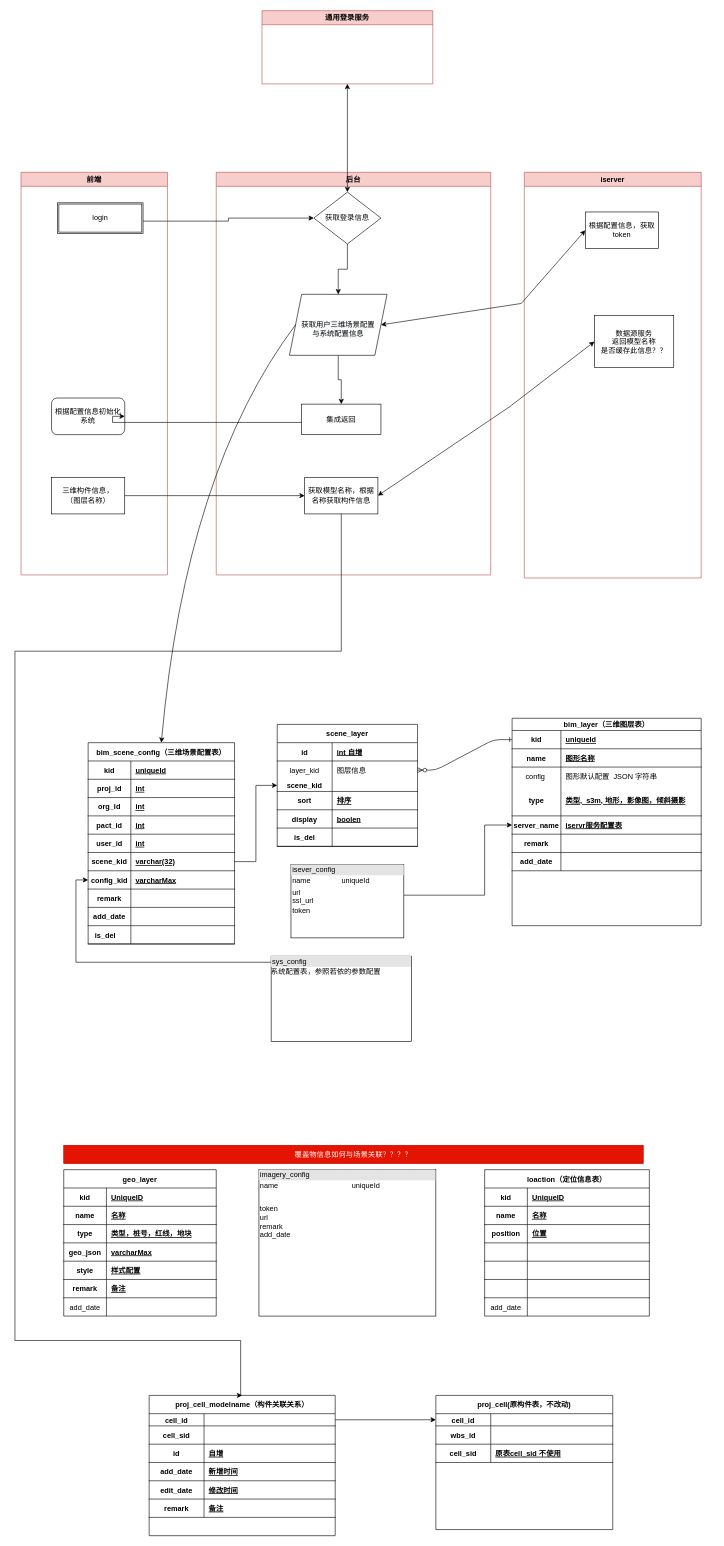
This is wpbim/sql.drawio from eleven7/diagrams, a draw.io file, before an edit. Source tidied: cells renumbered, new cells numbered last; positions are measured from the earlier drawing's top-left corner, leaving out a move shared by most shapes. Both pictures are drawn from the tidied source at 61%, with x=0, y=0 at pixel (15, 10).
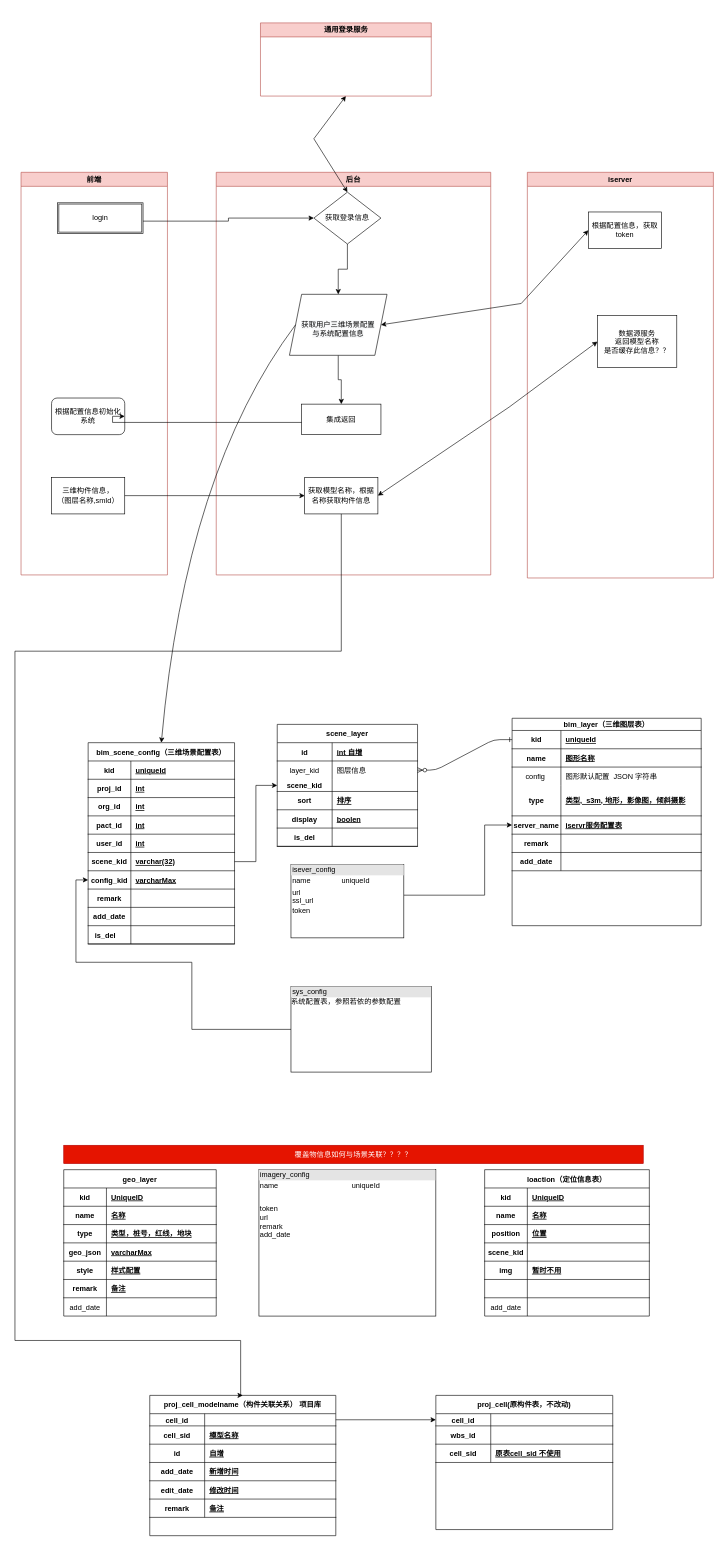
The same diagram, later.

Unchanged cells that the change refers to:
```xml
<mxCell id="2" value="前端" style="swimlane;whiteSpace=wrap;fillColor=#f8cecc;strokeColor=#b85450;" parent="1" vertex="1">
  <mxGeometry x="10" y="265" width="240" height="660" as="geometry" />
</mxCell>
<mxCell id="11" value="获取登录信息" style="rhombus;whiteSpace=wrap;html=1;" parent="9" vertex="1">
  <mxGeometry x="160" y="32.5" width="110" height="85" as="geometry" />
</mxCell>
<mxCell id="36" style="shape=tableRow;horizontal=0;startSize=0;swimlaneHead=0;swimlaneBody=0;fillColor=none;top=0;left=0;right=0;bottom=1;" parent="32" vertex="1">
  <mxGeometry y="50" width="305" height="30" as="geometry" />
</mxCell>
<mxCell id="86" style="shape=tableRow;horizontal=0;startSize=0;swimlaneHead=0;swimlaneBody=0;fillColor=none;top=0;left=0;right=0;bottom=1;" parent="76" vertex="1">
  <mxGeometry y="120" width="270" height="30" as="geometry" />
</mxCell>
<mxCell id="89" style="shape=tableRow;horizontal=0;startSize=0;swimlaneHead=0;swimlaneBody=0;fillColor=none;top=0;left=0;right=0;bottom=1;" parent="76" vertex="1">
  <mxGeometry y="150" width="270" height="30" as="geometry" />
</mxCell>
```

What changed in the source:
```diff
@@
-    <mxCell id="5" value="三维构件信息，&lt;br&gt;（图层名称）" style="whiteSpace=wrap;html=1;" parent="2" vertex="1">
+    <mxCell id="5" value="三维构件信息，&lt;br&gt;（图层名称,smId）" style="whiteSpace=wrap;html=1;" parent="2" vertex="1">
       <mxGeometry x="50" y="500" width="120" height="60" as="geometry" />
     </mxCell>
     <mxCell id="6" value="iserver" style="swimlane;whiteSpace=wrap;startSize=23;fillColor=#f8cecc;strokeColor=#b85450;" parent="1" vertex="1">
-      <mxGeometry x="835" y="265" width="290" height="665" as="geometry" />
+      <mxGeometry x="840" y="265" width="305" height="665" as="geometry" />
     </mxCell>
@@
     <mxCell id="17" style="endArrow=classic;startArrow=classic;html=1;rounded=0;entryX=0.5;entryY=1;entryDx=0;entryDy=0;exitX=0.5;exitY=0;exitDx=0;exitDy=0;" parent="1" edge="1" source="11" target="18">
-      <mxGeometry relative="1" as="geometry" />
+      <mxGeometry relative="1" as="geometry">
+        <Array as="points">
+          <mxPoint x="490" y="210" />
+        </Array>
+      </mxGeometry>
     </mxCell>
     <mxCell id="18" value="通用登录服务" style="swimlane;whiteSpace=wrap;startSize=23;fillColor=#f8cecc;strokeColor=#b85450;" parent="1" vertex="1">
-      <mxGeometry x="405" width="280" height="120" as="geometry" />
+      <mxGeometry x="402.5" y="20" width="280" height="120" as="geometry" />
     </mxCell>
@@
-    <mxCell id="32" value="proj_cell_modelname（构件关联关系）" style="shape=table;startSize=30;childLayout=tableLayout;rowLines=0;fontStyle=1;align=center;" parent="1" vertex="1">
-      <mxGeometry x="220" y="2270" width="305" height="230" as="geometry" />
+    <mxCell id="32" value="proj_cell_modelname（构件关联关系） 项目库" style="shape=table;startSize=30;childLayout=tableLayout;rowLines=0;fontStyle=1;align=center;" parent="1" vertex="1">
+      <mxGeometry x="221" y="2270" width="305" height="230" as="geometry" />
     </mxCell>
@@
-    <mxCell id="38" style="shape=partialRectangle;fillColor=none;top=0;left=0;bottom=0;right=0;align=left;spacingLeft=6;fontStyle=5;overflow=hidden;" parent="36" vertex="1">
+    <mxCell id="38" value="模型名称" style="shape=partialRectangle;fillColor=none;top=0;left=0;bottom=0;right=0;align=left;spacingLeft=6;fontStyle=5;overflow=hidden;" parent="36" vertex="1">
       <mxGeometry x="90" width="215" height="30" as="geometry" />
     </mxCell>
@@
-    <mxCell id="87" style="shape=partialRectangle;fillColor=none;top=0;left=0;bottom=0;right=0;fontStyle=1;overflow=hidden;" parent="86" vertex="1">
+    <mxCell id="87" value="scene_kid" style="shape=partialRectangle;fillColor=none;top=0;left=0;bottom=0;right=0;fontStyle=1;overflow=hidden;" parent="86" vertex="1">
       <mxGeometry width="70" height="30" as="geometry" />
     </mxCell>
@@
-    <mxCell id="90" style="shape=partialRectangle;fillColor=none;top=0;left=0;bottom=0;right=0;fontStyle=1;overflow=hidden;" parent="89" vertex="1">
+    <mxCell id="90" value="img" style="shape=partialRectangle;fillColor=none;top=0;left=0;bottom=0;right=0;fontStyle=1;overflow=hidden;" parent="89" vertex="1">
       <mxGeometry width="70" height="30" as="geometry" />
     </mxCell>
-    <mxCell id="91" style="shape=partialRectangle;fillColor=none;top=0;left=0;bottom=0;right=0;align=left;spacingLeft=6;fontStyle=5;overflow=hidden;" parent="89" vertex="1">
+    <mxCell id="91" value="暂时不用" style="shape=partialRectangle;fillColor=none;top=0;left=0;bottom=0;right=0;align=left;spacingLeft=6;fontStyle=5;overflow=hidden;" parent="89" vertex="1">
       <mxGeometry x="70" width="200" height="30" as="geometry" />
     </mxCell>
@@
     <mxCell id="123" value="&lt;div style=&quot;box-sizing:border-box;width:100%;background:#e4e4e4;padding:2px;&quot;&gt;sys_config&lt;/div&gt;系统配置表，参照若依的参数配置" style="verticalAlign=top;align=left;overflow=fill;html=1;" parent="1" vertex="1">
-      <mxGeometry x="420" y="1550" width="230" height="140" as="geometry" />
+      <mxGeometry x="452.5" y="1600" width="230" height="140" as="geometry" />
     </mxCell>
```
